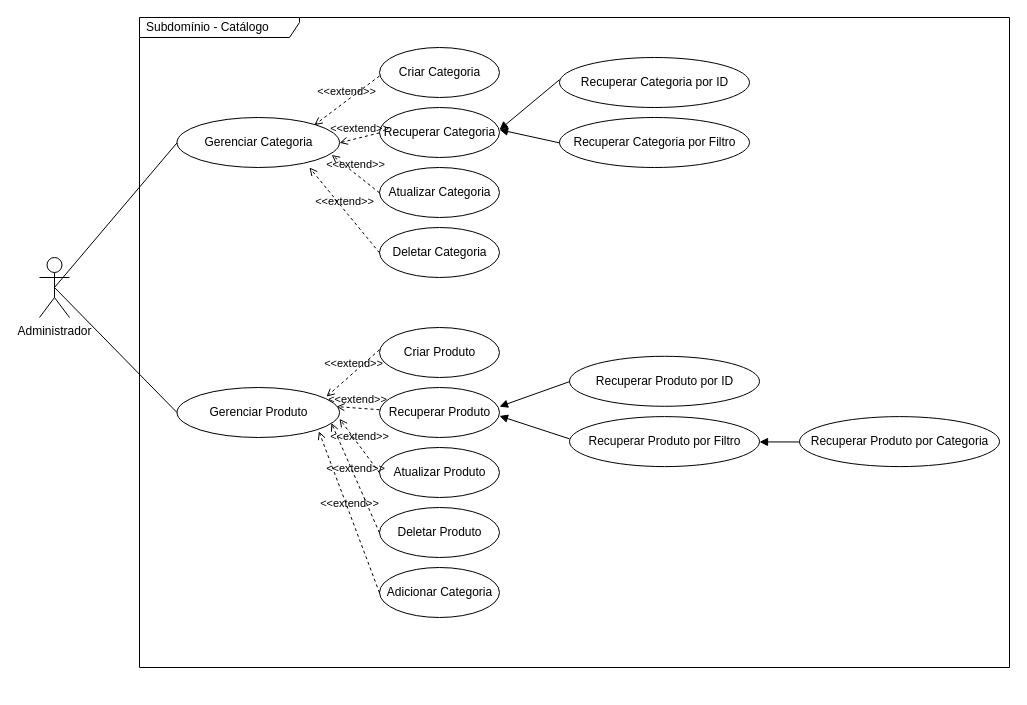
Above: page "Subdomínio - Catálogo" (2 of 2) of requirements/ecommerce-caso-uso.drawio in SliverNV/ecommerce-node-ap (draw.io), before the change. Source tidied: cells renumbered, new cells numbered last; positions are measured from the earlier drawing's top-left corner, leaving out a move shared by most shapes. Both pictures are drawn from the tidied source at 100%, with x=0, y=0 at pixel (39, 17).
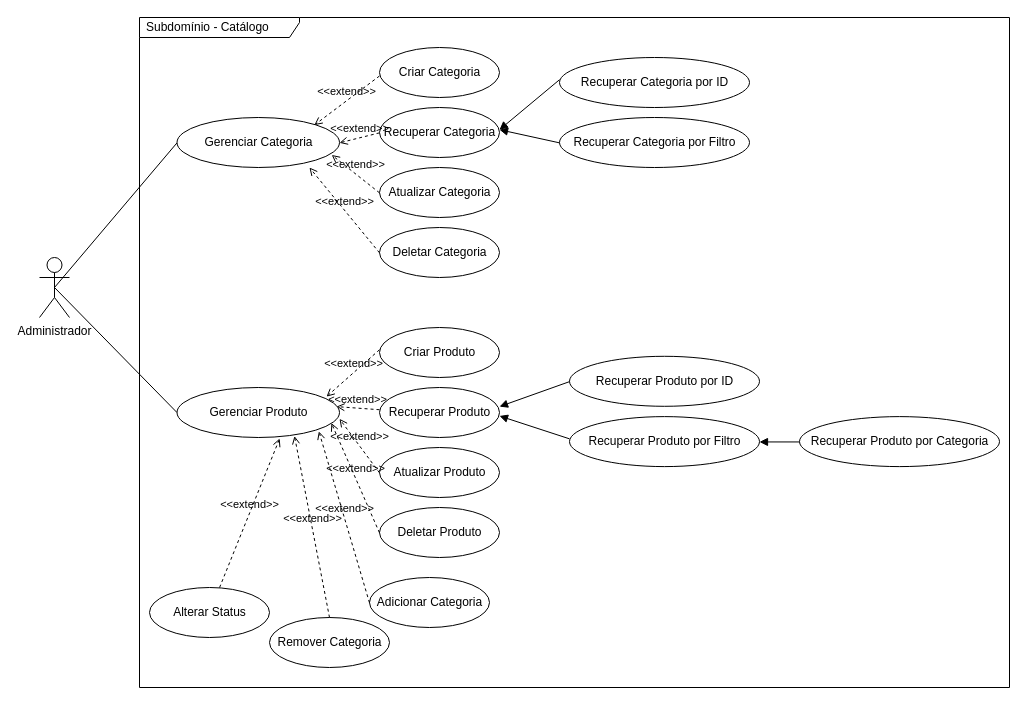
The same diagram, later.

The change refers to these unchanged cells:
```xml
<mxCell id="4" style="shape=ellipse;horizontal=1;html=1;dashed=0;" parent="1" vertex="1">
  <mxGeometry x="137.5" y="370" width="162.5" height="50" as="geometry" />
</mxCell>
```

Diff of the diagram source:
```diff
@@
     <mxCell id="2" value="Subdomínio - Catálogo" style="shape=umlFrame;whiteSpace=wrap;html=1;width=160;height=20;boundedLbl=1;verticalAlign=middle;align=left;spacingLeft=5;" parent="1" vertex="1">
-      <mxGeometry x="100" width="870" height="650" as="geometry" />
+      <mxGeometry x="100" width="870" height="670" as="geometry" />
     </mxCell>
@@
     <mxCell id="49" style="shape=ellipse;horizontal=1;html=1;dashed=0;" parent="1" vertex="1">
-      <mxGeometry x="340" y="550" width="120" height="50" as="geometry" />
+      <mxGeometry x="330" y="560" width="120" height="50" as="geometry" />
     </mxCell>
@@
+    <mxCell id="52" style="shape=ellipse;horizontal=1;html=1;dashed=0;" parent="1" vertex="1">
+      <mxGeometry x="230" y="600" width="120" height="50" as="geometry" />
+    </mxCell>
+    <mxCell id="53" value="Remover Categoria" style="html=1;strokeColor=none;fillColor=none;align=center;verticalAlign=middle;" parent="52" vertex="1">
+      <mxGeometry y="19.1" width="120" height="12.5" as="geometry" />
+    </mxCell>
+    <mxCell id="54" value="&amp;lt;&amp;lt;extend&amp;gt;&amp;gt;" style="html=1;verticalAlign=bottom;labelBackgroundColor=none;endArrow=open;endFill=0;dashed=1;exitX=0.5;exitY=0;exitDx=0;exitDy=0;entryX=0.723;entryY=0.97;entryDx=0;entryDy=0;entryPerimeter=0;" parent="1" edge="1" source="52" target="4">
+      <mxGeometry relative="1" as="geometry" />
+    </mxCell>
+    <mxCell id="55" style="shape=ellipse;horizontal=1;html=1;dashed=0;" parent="1" vertex="1">
+      <mxGeometry x="110" y="570" width="120" height="50" as="geometry" />
+    </mxCell>
+    <mxCell id="56" value="Alterar Status" style="html=1;strokeColor=none;fillColor=none;align=center;verticalAlign=middle;" parent="55" vertex="1">
+      <mxGeometry y="19.1" width="120" height="12.5" as="geometry" />
+    </mxCell>
+    <mxCell id="57" value="&amp;lt;&amp;lt;extend&amp;gt;&amp;gt;" style="html=1;verticalAlign=bottom;labelBackgroundColor=none;endArrow=open;endFill=0;dashed=1;entryX=0.632;entryY=1.019;entryDx=0;entryDy=0;entryPerimeter=0;" parent="1" edge="1" source="55" target="4">
+      <mxGeometry relative="1" as="geometry" />
+    </mxCell>
```
